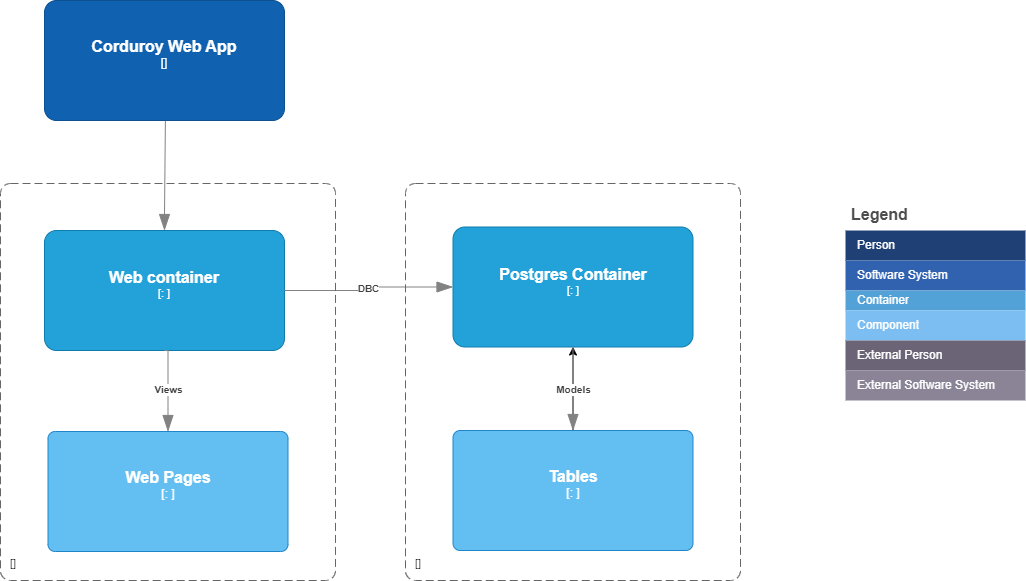
Above: docs/C4/containers-C4.png in bartelsjoshuac/Corduroy (draw.io), before the change. Source tidied: cells renumbered, new cells last; positions are measured from the earlier drawing's top-left corner, leaving out a move shared by most shapes.
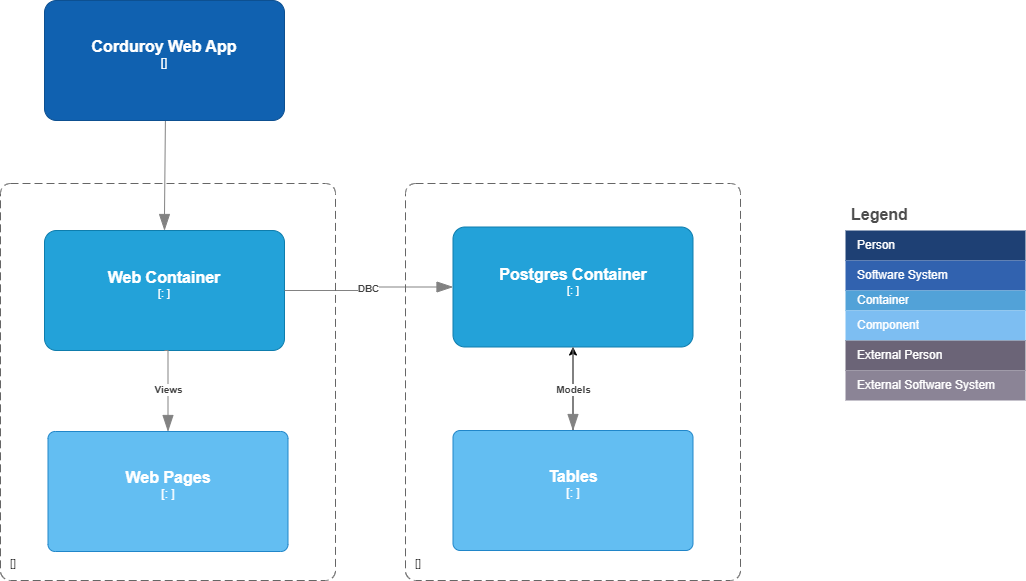
Above is the later version.

What changed in the source:
```diff
@@ -41,7 +41,7 @@
     <mxCell id="14" value="External Software System" style="shape=partialRectangle;html=1;whiteSpace=wrap;strokeColor=inherit;overflow=hidden;fillColor=#8b8496;top=0;left=0;bottom=0;right=0;fontSize=12;align=left;fontColor=#FFFFFF;gradientColor=none;spacingLeft=10;spacingRight=4;" parent="13" vertex="1">
       <mxGeometry width="180" height="30" as="geometry" />
     </mxCell>
-    <object id="15" label="&lt;font style=&quot;font-size: 16px&quot;&gt;&lt;b&gt;%c4Name%&lt;/b&gt;&lt;/font&gt;&lt;div&gt;[%c4Type%: %c4Technology%]&lt;/div&gt;&lt;br&gt;&lt;div&gt;&lt;font style=&quot;font-size: 11px&quot;&gt;&lt;font color=&quot;#E6E6E6&quot;&gt;%c4Description%&lt;/font&gt;&lt;/div&gt;" c4Description="" c4Name="Web container" c4Technology="" c4Type="" placeholders="1">
+    <object id="15" label="&lt;font style=&quot;font-size: 16px&quot;&gt;&lt;b&gt;%c4Name%&lt;/b&gt;&lt;/font&gt;&lt;div&gt;[%c4Type%: %c4Technology%]&lt;/div&gt;&lt;br&gt;&lt;div&gt;&lt;font style=&quot;font-size: 11px&quot;&gt;&lt;font color=&quot;#E6E6E6&quot;&gt;%c4Description%&lt;/font&gt;&lt;/div&gt;" c4Description="" c4Name="Web Container" c4Technology="" c4Type="" placeholders="1">
       <mxCell style="rounded=1;whiteSpace=wrap;html=1;fontSize=11;labelBackgroundColor=none;fillColor=#23A2D9;fontColor=#ffffff;align=center;arcSize=10;strokeColor=#0E7DAD;points=[[0.25,0,0],[0.5,0,0],[0.75,0,0],[1,0.25,0],[1,0.5,0],[1,0.75,0],[0.75,1,0],[0.5,1,0],[0.25,1,0],[0,0.75,0],[0,0.5,0],[0,0.25,0]];" parent="1" vertex="1">
         <mxGeometry x="44" y="230" width="240" height="120" as="geometry" />
       </mxCell>
```
